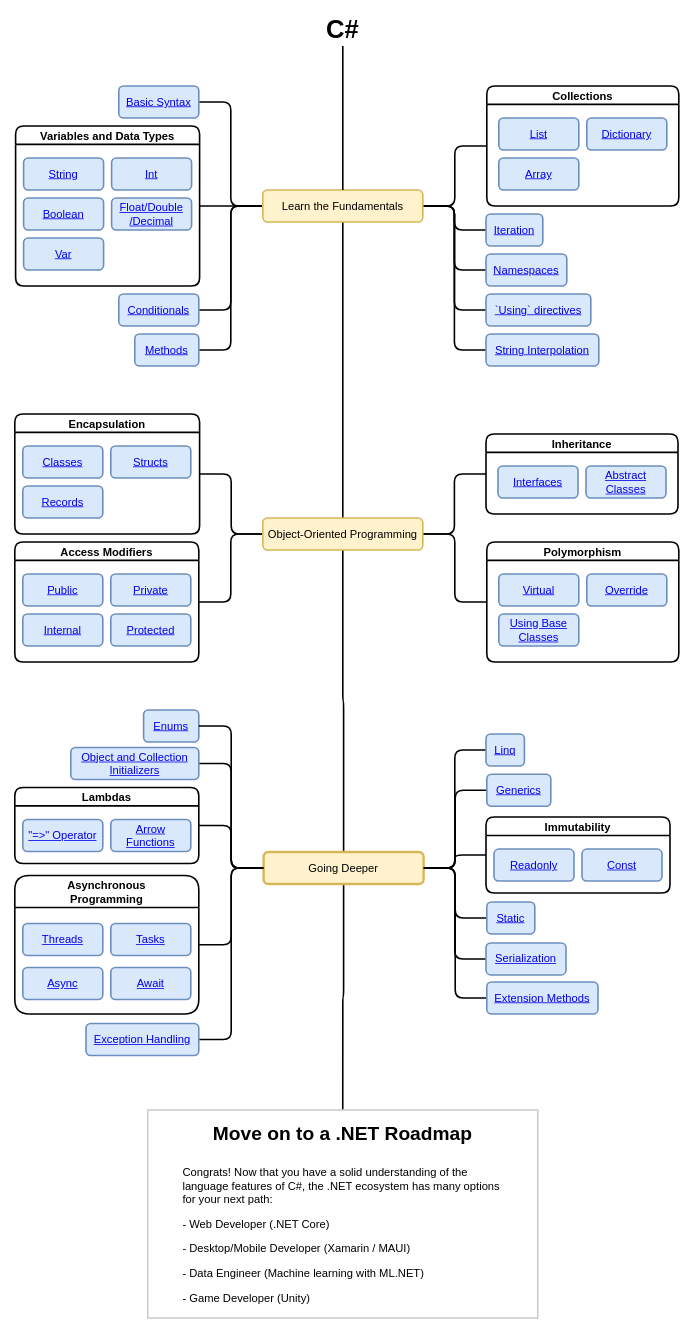
Above: csharp-roadmap.drawio in gridlocdev/csharp-learning-roadmap (draw.io), before the change. Source tidied: cells renumbered, new cells numbered last; positions are measured from the earlier drawing's top-left corner, leaving out a move shared by most shapes. Both pictures are drawn from the tidied source at 80%, with x=0, y=0 at pixel (14, 14).
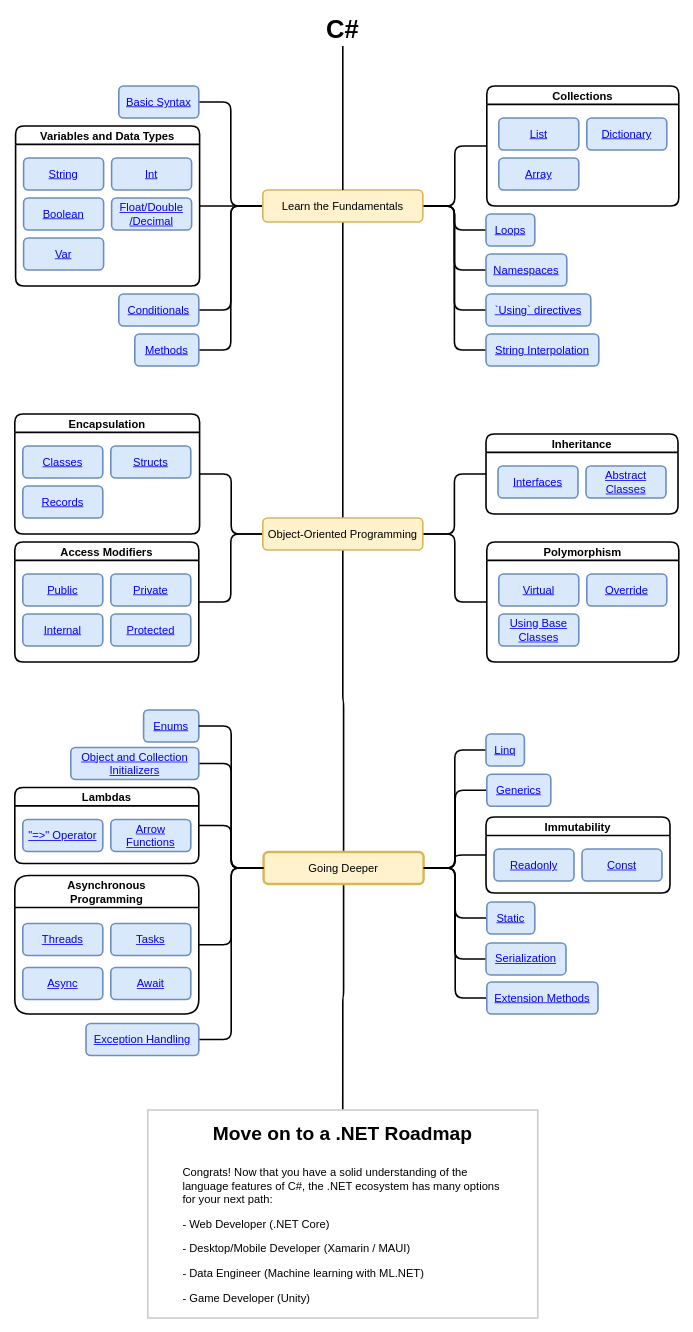
The same diagram, later.

Commit message:
Updated 'Iterators' to 'Loops' and fixed internal link

What changed in the source:
```diff
@@
-    <mxCell id="19" value="&lt;div style=&quot;font-size: 14px&quot;&gt;&lt;a href=&quot;https://docs.microsoft.com/en-us/dotnet/csharp/programming-guide/concepts/iterators&quot;&gt;Iteration&lt;/a&gt;&lt;/div&gt;" style="rounded=1;whiteSpace=wrap;html=1;fillColor=#dae8fc;strokeColor=#6c8ebf;strokeWidth=2;fontSize=14;" parent="1" vertex="1">
-      <mxGeometry x="589" y="250" width="71" height="40" as="geometry" />
+    <mxCell id="19" value="&lt;a href=&quot;https://docs.microsoft.com/en-us/dotnet/csharp/language-reference/statements/iteration-statements&quot;&gt;Loops&lt;/a&gt;" style="rounded=1;whiteSpace=wrap;html=1;fillColor=#dae8fc;strokeColor=#6c8ebf;strokeWidth=2;fontSize=14;" parent="1" vertex="1">
+      <mxGeometry x="589" y="250" width="61" height="40" as="geometry" />
     </mxCell>
```
